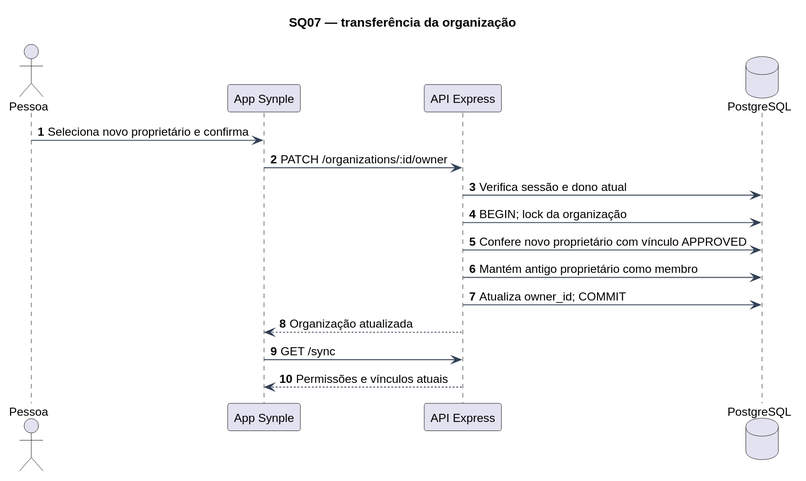
Earlier version of the PlantUML export docs/Diagramas/ENTREGA_DEFINITIVA/renderizados/seq-transferencia.svg (skzun/BRTPDS2). Its source is kept beside it as docs/Diagramas/ENTREGA_DEFINITIVA/fontes/seq-transferencia.puml.
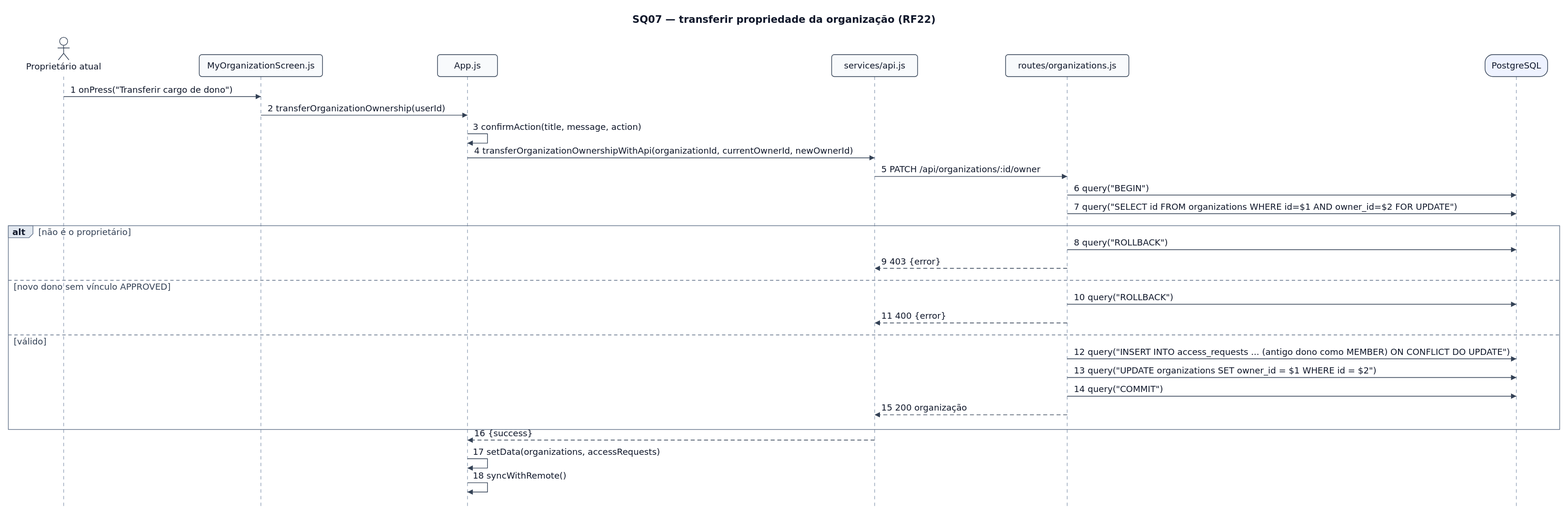
After the commit.

Change to the diagram source:
```diff
@@ -5,24 +5,38 @@
 skinparam defaultFontName SansSerif
 skinparam defaultFontSize 13
 skinparam ArrowColor #334155
-skinparam packageStyle rectangle
-skinparam classAttributeIconSize 0
 skinparam roundcorner 5
 skinparam dpi 130
-title SQ07 — transferência da organização
+skinparam sequenceMessageAlign left
+hide footbox
 autonumber
-actor Pessoa
-participant "App Synple" as App
-participant "API Express" as API
-database PostgreSQL as DB
-Pessoa -> App : Seleciona novo proprietário e confirma
-App -> API : PATCH /organizations/:id/owner
-API -> DB : Verifica sessão e dono atual
-API -> DB : BEGIN; lock da organização
-API -> DB : Confere novo proprietário com vínculo APPROVED
-API -> DB : Mantém antigo proprietário como membro
-API -> DB : Atualiza owner_id; COMMIT
-API --> App : Organização atualizada
-App -> API : GET /sync
-API --> App : Permissões e vínculos atuais
+title SQ07 — transferir propriedade da organização (RF22)
+actor "Proprietário atual" as O
+participant "MyOrganizationScreen.js" as UI
+participant "App.js" as App
+participant "services/api.js" as Api
+participant "routes/organizations.js" as R
+database "PostgreSQL" as DB
+O -> UI : onPress("Transferir cargo de dono")
+UI -> App : transferOrganizationOwnership(userId)
+App -> App : confirmAction(title, message, action)
+App -> Api : transferOrganizationOwnershipWithApi(organizationId, currentOwnerId, newOwnerId)
+Api -> R : PATCH /api/organizations/:id/owner
+R -> DB : query("BEGIN")
+R -> DB : query("SELECT id FROM organizations WHERE id=$1 AND owner_id=$2 FOR UPDATE")
+alt não é o proprietário
+ R -> DB : query("ROLLBACK")
+ R --> Api : 403 {error}
+else novo dono sem vínculo APPROVED
+ R -> DB : query("ROLLBACK")
+ R --> Api : 400 {error}
+else válido
+ R -> DB : query("INSERT INTO access_requests ... (antigo dono como MEMBER) ON CONFLICT DO UPDATE")
+ R -> DB : query("UPDATE organizations SET owner_id = $1 WHERE id = $2")
+ R -> DB : query("COMMIT")
+ R --> Api : 200 organização
+end
+Api --> App : {success}
+App -> App : setData(organizations, accessRequests)
+App -> App : syncWithRemote()
 @enduml
```
